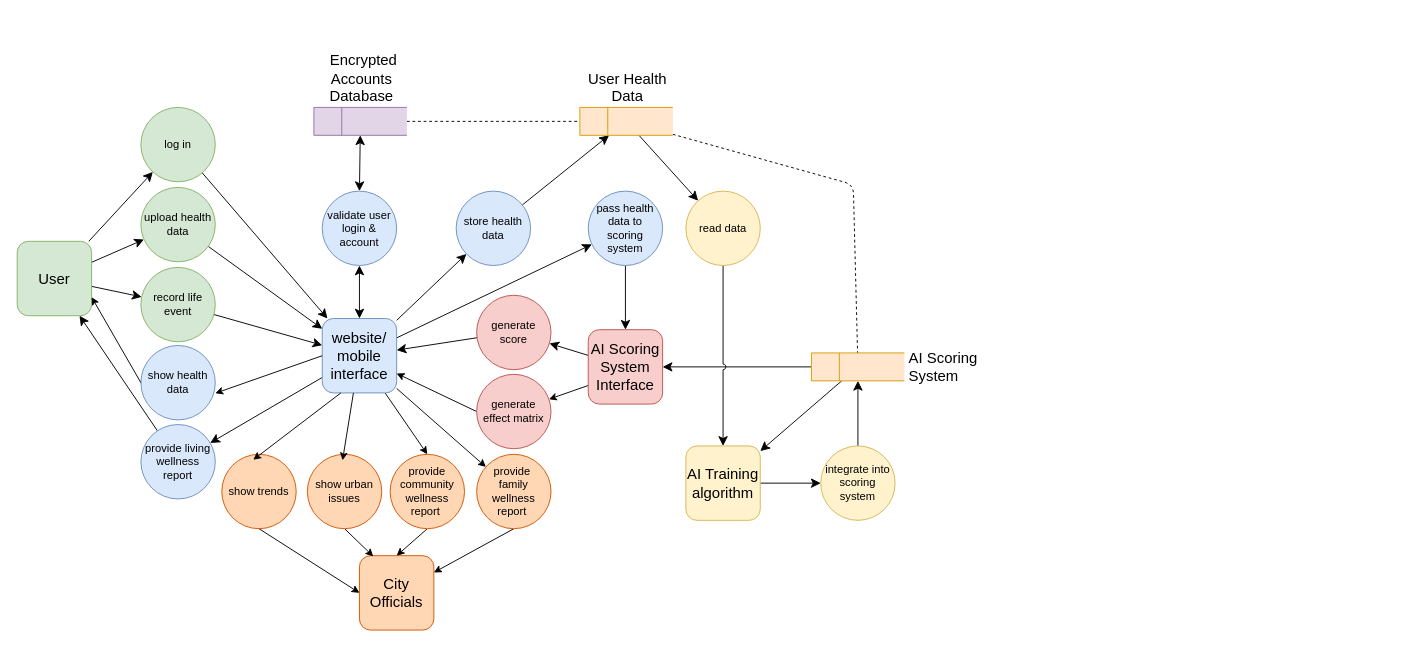
The draw.io diagram page "detailed DFD" (1 of 2) of 1/INFO 5100/Asmts/Group Assignment 1/Deliverables/Data Flow Diagram.drawio in yfeng445/NEU, before the edit. Source tidied: cells renumbered, new cells numbered last; positions are measured from the earlier drawing's top-left corner, leaving out a move shared by most shapes. Both pictures are drawn from the tidied source at 93%, with x=0, y=0 at pixel (17, 107).
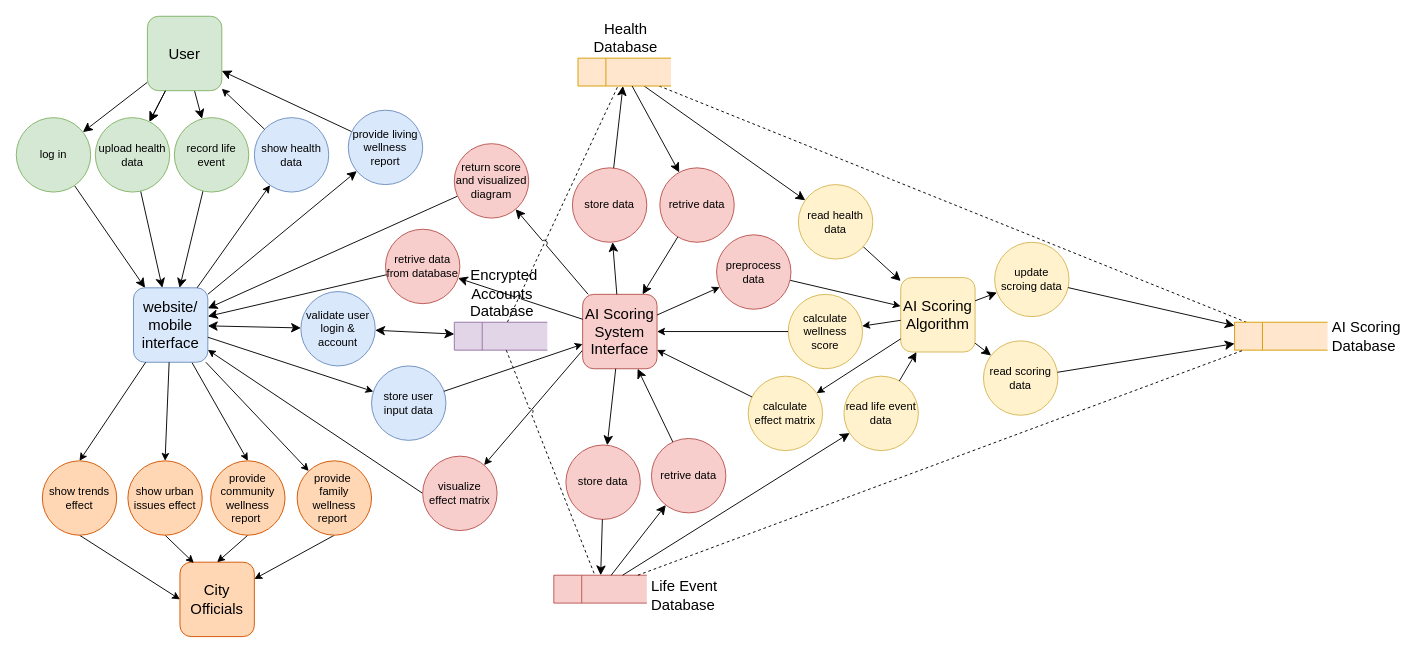
After the change.

The edit, as a diff of the source:
```diff
@@
-    <mxCell id="3" style="edgeStyle=none;rounded=1;jettySize=auto;html=1;fontSize=12;startSize=8;endSize=8;endArrow=none;endFill=0;dashed=1;jumpStyle=arc;" parent="1" edge="1" source="34" target="38">
-      <mxGeometry relative="1" as="geometry">
-        <Array as="points">
-          <mxPoint x="899" y="83" />
-        </Array>
-      </mxGeometry>
+    <mxCell id="3" style="rounded=1;jettySize=auto;html=1;fontSize=12;startSize=8;endSize=8;endArrow=none;endFill=0;dashed=1;jumpStyle=arc;" parent="1" edge="1" source="34" target="38">
+      <mxGeometry relative="1" as="geometry" />
     </mxCell>
@@
     <mxCell id="7" value="User" style="whiteSpace=wrap;html=1;fontSize=16;rounded=1;fillColor=#d5e8d4;strokeColor=#82b366;" parent="1" vertex="1">
-      <mxGeometry y="144" width="80" height="80" as="geometry" />
+      <mxGeometry x="140" y="-98" width="80" height="80" as="geometry" />
     </mxCell>
@@
-    <mxCell id="9" value="upload health data" style="ellipse;whiteSpace=wrap;html=1;fontSize=12;fillColor=#d5e8d4;strokeColor=#82b366;" parent="1" vertex="1">
-      <mxGeometry x="133" y="86" width="80" height="80" as="geometry" />
-    </mxCell>
@@
-    <mxCell id="11" style="edgeStyle=none;rounded=0;jettySize=auto;html=1;fontSize=12;startSize=8;endSize=8;noJump=0;jumpStyle=arc;" parent="1" edge="1" source="38" target="13">
-      <mxGeometry relative="1" as="geometry" />
-    </mxCell>
@@
     <mxCell id="13" value="AI Scoring System Interface" style="whiteSpace=wrap;html=1;fontSize=16;rounded=1;fillColor=#f8cecc;strokeColor=#b85450;" parent="1" vertex="1">
-      <mxGeometry x="614" y="239" width="80" height="80" as="geometry" />
+      <mxGeometry x="608" y="201" width="80" height="80" as="geometry" />
     </mxCell>
@@
-    <mxCell id="15" value="generate score" style="ellipse;whiteSpace=wrap;html=1;fontSize=12;fillColor=#f8cecc;strokeColor=#b85450;" parent="1" vertex="1">
-      <mxGeometry x="494" y="202" width="80" height="80" as="geometry" />
+    <mxCell id="15" value="return score and visualized diagram" style="ellipse;whiteSpace=wrap;html=1;fontSize=12;fillColor=#f8cecc;strokeColor=#b85450;" parent="1" vertex="1">
+      <mxGeometry x="470" y="39" width="80" height="80" as="geometry" />
     </mxCell>
@@
     <mxCell id="17" value="provide living wellness report" style="ellipse;whiteSpace=wrap;html=1;fontSize=12;fillColor=#dae8fc;strokeColor=#6c8ebf;" parent="1" vertex="1">
-      <mxGeometry x="133" y="341" width="80" height="80" as="geometry" />
+      <mxGeometry x="356" y="3" width="80" height="80" as="geometry" />
     </mxCell>
@@
     <mxCell id="19" value="record life event" style="ellipse;whiteSpace=wrap;html=1;fontSize=12;fillColor=#d5e8d4;strokeColor=#82b366;" parent="1" vertex="1">
-      <mxGeometry x="133" y="172" width="80" height="80" as="geometry" />
+      <mxGeometry x="169" y="11" width="80" height="80" as="geometry" />
     </mxCell>
@@
-    <mxCell id="21" style="edgeStyle=none;rounded=0;jettySize=auto;html=1;fontSize=12;startSize=8;endSize=8;jumpStyle=arc;" parent="1" edge="1" source="26" target="28">
-      <mxGeometry relative="1" as="geometry" />
-    </mxCell>
-    <mxCell id="22" style="edgeStyle=none;rounded=0;jettySize=auto;html=1;fontSize=12;startSize=8;endSize=8;jumpStyle=arc;" parent="1" edge="1" source="26" target="43">
-      <mxGeometry relative="1" as="geometry" />
-    </mxCell>
@@
     <mxCell id="26" value="website/&lt;div&gt;mobile interface&lt;/div&gt;" style="whiteSpace=wrap;html=1;fontSize=16;rounded=1;fillColor=#dae8fc;strokeColor=#6c8ebf;" parent="1" vertex="1">
-      <mxGeometry x="328" y="227" width="80" height="80" as="geometry" />
+      <mxGeometry x="125" y="194" width="80" height="80" as="geometry" />
     </mxCell>
-    <mxCell id="27" style="edgeStyle=none;rounded=0;jettySize=auto;html=1;fontSize=12;startSize=8;endSize=8;jumpStyle=arc;" parent="1" edge="1" source="28" target="34">
-      <mxGeometry relative="1" as="geometry" />
-    </mxCell>
-    <mxCell id="28" value="store health data" style="ellipse;whiteSpace=wrap;html=1;fontSize=12;fillColor=#dae8fc;strokeColor=#6c8ebf;" parent="1" vertex="1">
-      <mxGeometry x="472" y="90" width="80" height="80" as="geometry" />
-    </mxCell>
-    <mxCell id="29" style="edgeStyle=none;rounded=0;jettySize=auto;html=1;fontSize=12;startSize=8;endSize=8;jumpStyle=arc;" parent="1" edge="1" source="30" target="32">
-      <mxGeometry relative="1" as="geometry" />
-    </mxCell>
-    <mxCell id="30" value="AI Training algorithm" style="whiteSpace=wrap;html=1;fontSize=16;rounded=1;fillColor=#fff2cc;strokeColor=#d6b656;" parent="1" vertex="1">
-      <mxGeometry x="719" y="364" width="80" height="80" as="geometry" />
+    <mxCell id="30" value="AI Scoring Algorithm" style="whiteSpace=wrap;html=1;fontSize=16;rounded=1;fillColor=#fff2cc;strokeColor=#d6b656;" parent="1" vertex="1">
+      <mxGeometry x="950" y="183" width="80" height="80" as="geometry" />
     </mxCell>
-    <mxCell id="31" style="edgeStyle=none;rounded=0;jettySize=auto;html=1;fontSize=12;startSize=8;endSize=8;jumpStyle=arc;" parent="1" edge="1" source="32" target="38">
-      <mxGeometry relative="1" as="geometry" />
-    </mxCell>
-    <mxCell id="32" value="integrate into scoring system" style="ellipse;whiteSpace=wrap;html=1;fontSize=12;fillColor=#fff2cc;strokeColor=#d6b656;" parent="1" vertex="1">
-      <mxGeometry x="864" y="364" width="80" height="80" as="geometry" />
-    </mxCell>
@@
-    <mxCell id="34" value="User Health Data" style="html=1;dashed=0;whiteSpace=wrap;shape=mxgraph.dfd.dataStoreID;align=center;spacingLeft=3;points=[[0,0],[0.5,0],[1,0],[0,0.5],[1,0.5],[0,1],[0.5,1],[1,1]];fontSize=16;labelPosition=center;verticalLabelPosition=top;verticalAlign=bottom;fillColor=#ffe6cc;strokeColor=#d79b00;" parent="1" vertex="1">
-      <mxGeometry x="605" width="100" height="30" as="geometry" />
+    <mxCell id="34" value="Health Database" style="html=1;dashed=0;whiteSpace=wrap;shape=mxgraph.dfd.dataStoreID;align=center;spacingLeft=3;points=[[0,0],[0.5,0],[1,0],[0,0.5],[1,0.5],[0,1],[0.5,1],[1,1]];fontSize=16;labelPosition=center;verticalLabelPosition=top;verticalAlign=bottom;fillColor=#ffe6cc;strokeColor=#d79b00;" parent="1" vertex="1">
+      <mxGeometry x="603" y="-53" width="100" height="30" as="geometry" />
     </mxCell>
@@
     <mxCell id="36" value="log in" style="ellipse;whiteSpace=wrap;html=1;fontSize=12;fillColor=#d5e8d4;strokeColor=#82b366;" parent="1" vertex="1">
-      <mxGeometry x="133" width="80" height="80" as="geometry" />
+      <mxGeometry x="-1" y="11" width="80" height="80" as="geometry" />
     </mxCell>
-    <mxCell id="37" style="edgeStyle=none;rounded=0;jettySize=auto;html=1;fontSize=12;startSize=8;endSize=8;jumpStyle=arc;" parent="1" edge="1" source="38" target="30">
-      <mxGeometry relative="1" as="geometry" />
-    </mxCell>
-    <mxCell id="38" value="AI Scoring&lt;div&gt;System&lt;/div&gt;" style="html=1;dashed=0;whiteSpace=wrap;shape=mxgraph.dfd.dataStoreID;align=left;spacingLeft=3;points=[[0,0],[0.5,0],[1,0],[0,0.5],[1,0.5],[0,1],[0.5,1],[1,1]];fontSize=16;labelPosition=right;verticalLabelPosition=middle;verticalAlign=middle;fillColor=#ffe6cc;strokeColor=#d79b00;" parent="1" vertex="1">
-      <mxGeometry x="854" y="264" width="100" height="30" as="geometry" />
+    <mxCell id="38" value="AI Scoring&lt;div&gt;Database&lt;/div&gt;" style="html=1;dashed=0;whiteSpace=wrap;shape=mxgraph.dfd.dataStoreID;align=left;spacingLeft=3;points=[[0,0],[0.5,0],[1,0],[0,0.5],[1,0.5],[0,1],[0.5,1],[1,1]];fontSize=16;labelPosition=right;verticalLabelPosition=middle;verticalAlign=middle;fillColor=#ffe6cc;strokeColor=#d79b00;" parent="1" vertex="1">
+      <mxGeometry x="1309" y="231" width="100" height="30" as="geometry" />
     </mxCell>
     <mxCell id="39" value="&amp;nbsp;Encrypted&lt;div&gt;Accounts Database&lt;/div&gt;" style="html=1;dashed=0;whiteSpace=wrap;shape=mxgraph.dfd.dataStoreID;align=center;spacingLeft=3;points=[[0,0],[0.5,0],[1,0],[0,0.5],[1,0.5],[0,1],[0.5,1],[1,1]];fontSize=16;labelPosition=center;verticalLabelPosition=top;verticalAlign=bottom;fillColor=#e1d5e7;strokeColor=#9673a6;" parent="1" vertex="1">
-      <mxGeometry x="319" width="100" height="30" as="geometry" />
+      <mxGeometry x="470" y="231" width="100" height="30" as="geometry" />
     </mxCell>
@@
     <mxCell id="41" value="validate user login &amp;amp; account" style="ellipse;whiteSpace=wrap;html=1;fontSize=12;fillColor=#dae8fc;strokeColor=#6c8ebf;" parent="1" vertex="1">
-      <mxGeometry x="328" y="90" width="80" height="80" as="geometry" />
+      <mxGeometry x="305" y="198" width="80" height="80" as="geometry" />
     </mxCell>
-    <mxCell id="42" style="edgeStyle=none;rounded=0;jettySize=auto;html=1;fontSize=12;startSize=8;endSize=8;jumpStyle=arc;" parent="1" edge="1" source="43" target="13">
-      <mxGeometry relative="1" as="geometry" />
-    </mxCell>
-    <mxCell id="43" value="pass health data to scoring system" style="ellipse;whiteSpace=wrap;html=1;fontSize=12;fillColor=#dae8fc;strokeColor=#6c8ebf;" parent="1" vertex="1">
-      <mxGeometry x="614" y="90" width="80" height="80" as="geometry" />
-    </mxCell>
@@
-    <mxCell id="45" value="read data" style="ellipse;whiteSpace=wrap;html=1;fontSize=12;fillColor=#fff2cc;strokeColor=#d6b656;" parent="1" vertex="1">
-      <mxGeometry x="719" y="90" width="80" height="80" as="geometry" />
+    <mxCell id="45" value="read health data" style="ellipse;whiteSpace=wrap;html=1;fontSize=12;fillColor=#fff2cc;strokeColor=#d6b656;" parent="1" vertex="1">
+      <mxGeometry x="840" y="83" width="80" height="80" as="geometry" />
     </mxCell>
     <mxCell id="46" value="City Officials" style="whiteSpace=wrap;html=1;fontSize=16;rounded=1;fillColor=#ffd7b5;strokeColor=#d35400;" parent="1" vertex="1">
-      <mxGeometry x="368" y="482" width="80" height="80" as="geometry" />
+      <mxGeometry x="175" y="489" width="80" height="80" as="geometry" />
     </mxCell>
@@
     <mxCell id="48" value="provide community wellness report&amp;nbsp;" style="ellipse;whiteSpace=wrap;html=1;fontSize=12;fillColor=#ffd7b5;strokeColor=#d35400;" parent="1" vertex="1">
-      <mxGeometry x="401" y="373" width="80" height="80" as="geometry" />
+      <mxGeometry x="208" y="380" width="80" height="80" as="geometry" />
     </mxCell>
@@
-    <mxCell id="50" value="show urban issues" style="ellipse;whiteSpace=wrap;html=1;fontSize=12;fillColor=#ffd7b5;strokeColor=#d35400;" parent="1" vertex="1">
-      <mxGeometry x="312" y="373" width="80" height="80" as="geometry" />
+    <mxCell id="50" value="show urban issues effect" style="ellipse;whiteSpace=wrap;html=1;fontSize=12;fillColor=#ffd7b5;strokeColor=#d35400;" parent="1" vertex="1">
+      <mxGeometry x="119" y="380" width="80" height="80" as="geometry" />
     </mxCell>
@@
-    <mxCell id="52" value="show trends" style="ellipse;whiteSpace=wrap;html=1;fontSize=12;fillColor=#ffd7b5;strokeColor=#d35400;" parent="1" vertex="1">
-      <mxGeometry x="220" y="373" width="80" height="80" as="geometry" />
+    <mxCell id="52" value="show trends effect" style="ellipse;whiteSpace=wrap;html=1;fontSize=12;fillColor=#ffd7b5;strokeColor=#d35400;" parent="1" vertex="1">
+      <mxGeometry x="27" y="380" width="80" height="80" as="geometry" />
     </mxCell>
-    <mxCell id="53" style="rounded=0;jettySize=auto;html=1;exitX=0.25;exitY=1;exitDx=0;exitDy=0;entryX=0.423;entryY=0.073;entryDx=0;entryDy=0;entryPerimeter=0;" parent="1" edge="1" source="26" target="52">
+    <mxCell id="53" style="rounded=0;jettySize=auto;html=1;entryX=0.5;entryY=0;entryDx=0;entryDy=0;" parent="1" edge="1" source="26" target="52">
       <mxGeometry relative="1" as="geometry" />
     </mxCell>
-    <mxCell id="54" style="rounded=0;jettySize=auto;html=1;entryX=0.473;entryY=0.081;entryDx=0;entryDy=0;entryPerimeter=0;" parent="1" edge="1" source="26" target="50">
+    <mxCell id="54" style="rounded=0;jettySize=auto;html=1;entryX=0.5;entryY=0;entryDx=0;entryDy=0;" parent="1" edge="1" source="26" target="50">
       <mxGeometry relative="1" as="geometry" />
     </mxCell>
     <mxCell id="55" value="show health data" style="ellipse;whiteSpace=wrap;html=1;fontSize=12;fillColor=#dae8fc;strokeColor=#6c8ebf;" parent="1" vertex="1">
-      <mxGeometry x="133" y="256" width="80" height="80" as="geometry" />
+      <mxGeometry x="255" y="11" width="80" height="80" as="geometry" />
     </mxCell>
-    <mxCell id="56" style="rounded=0;jettySize=auto;html=1;exitX=0;exitY=0.5;exitDx=0;exitDy=0;entryX=1;entryY=0.642;entryDx=0;entryDy=0;entryPerimeter=0;" parent="1" edge="1" source="26" target="55">
+    <mxCell id="56" style="rounded=0;jettySize=auto;html=1;" parent="1" edge="1" source="26" target="55">
       <mxGeometry relative="1" as="geometry" />
     </mxCell>
-    <mxCell id="57" style="rounded=0;jettySize=auto;html=1;exitX=0;exitY=0.5;exitDx=0;exitDy=0;entryX=1;entryY=0.75;entryDx=0;entryDy=0;" parent="1" edge="1" source="55" target="7">
+    <mxCell id="57" style="rounded=0;jettySize=auto;html=1;" parent="1" edge="1" source="55" target="7">
       <mxGeometry relative="1" as="geometry" />
     </mxCell>
@@
     <mxCell id="59" value="provide&amp;nbsp;&lt;div&gt;family wellness report&amp;nbsp;&lt;/div&gt;" style="ellipse;whiteSpace=wrap;html=1;fontSize=12;fillColor=#ffd7b5;strokeColor=#d35400;" parent="1" vertex="1">
-      <mxGeometry x="494" y="373" width="80" height="80" as="geometry" />
+      <mxGeometry x="301" y="380" width="80" height="80" as="geometry" />
     </mxCell>
@@
-    <mxCell id="61" value="generate effect matrix" style="ellipse;whiteSpace=wrap;html=1;fontSize=12;fillColor=#f8cecc;strokeColor=#b85450;" parent="1" vertex="1">
-      <mxGeometry x="494" y="287" width="80" height="80" as="geometry" />
+    <mxCell id="61" value="visualize effect matrix" style="ellipse;whiteSpace=wrap;html=1;fontSize=12;fillColor=#f8cecc;strokeColor=#b85450;" parent="1" vertex="1">
+      <mxGeometry x="436" y="375" width="80" height="80" as="geometry" />
     </mxCell>
+    <mxCell id="62" value="Life Event Database" style="html=1;dashed=0;whiteSpace=wrap;shape=mxgraph.dfd.dataStoreID;align=left;spacingLeft=3;points=[[0,0],[0.5,0],[1,0],[0,0.5],[1,0.5],[0,1],[0.5,1],[1,1]];fontSize=16;labelPosition=right;verticalLabelPosition=middle;verticalAlign=middlefillColor=#f8cecc;fillColor=#f8cecc;strokeColor=#b85450;" parent="1" vertex="1">
+      <mxGeometry x="577" y="503" width="100" height="30" as="geometry" />
+    </mxCell>
+    <mxCell id="63" value="read life event data" style="ellipse;whiteSpace=wrap;html=1;fontSize=12;fillColor=#fff2cc;strokeColor=#d6b656;" parent="1" vertex="1">
+      <mxGeometry x="889" y="289" width="80" height="80" as="geometry" />
+    </mxCell>
+    <mxCell id="64" style="rounded=1;jettySize=auto;html=1;fontSize=12;startSize=8;endSize=8;endArrow=none;endFill=0;dashed=1;jumpStyle=arc;" parent="1" edge="1" source="62" target="38">
+      <mxGeometry relative="1" as="geometry" />
+    </mxCell>
+    <mxCell id="65" style="edgeStyle=none;rounded=1;jettySize=auto;html=1;fontSize=12;startSize=8;endSize=8;endArrow=none;endFill=0;dashed=1;jumpStyle=arc;" parent="1" edge="1" source="39" target="62">
+      <mxGeometry relative="1" as="geometry" />
+    </mxCell>
+    <mxCell id="66" style="rounded=0;jettySize=auto;html=1;" parent="1" edge="1" source="67" target="30">
+      <mxGeometry relative="1" as="geometry" />
+    </mxCell>
+    <mxCell id="67" value="preprocess data" style="ellipse;whiteSpace=wrap;html=1;fontSize=12;fillColor=#f8cecc;strokeColor=#b85450;" parent="1" vertex="1">
+      <mxGeometry x="752" y="137" width="80" height="80" as="geometry" />
+    </mxCell>
+    <mxCell id="68" style="rounded=0;jettySize=auto;html=1;" parent="1" edge="1" source="13" target="67">
+      <mxGeometry relative="1" as="geometry" />
+    </mxCell>
+    <mxCell id="69" style="edgeStyle=none;rounded=0;jettySize=auto;html=1;fontSize=12;startSize=8;endSize=8;jumpStyle=arc;" parent="1" edge="1" source="62" target="63">
+      <mxGeometry relative="1" as="geometry" />
+    </mxCell>
+    <mxCell id="70" style="edgeStyle=none;rounded=0;jettySize=auto;html=1;fontSize=12;startSize=8;endSize=8;jumpStyle=arc;" parent="1" edge="1" source="63" target="30">
+      <mxGeometry relative="1" as="geometry" />
+    </mxCell>
+    <mxCell id="71" value="calculate&lt;div&gt;wellness score&lt;/div&gt;" style="ellipse;whiteSpace=wrap;html=1;fontSize=12;fillColor=#fff2cc;strokeColor=#d6b656;" parent="1" vertex="1">
+      <mxGeometry x="829" y="201" width="80" height="80" as="geometry" />
+    </mxCell>
+    <mxCell id="72" value="calculate effect matrix" style="ellipse;whiteSpace=wrap;html=1;fontSize=12;fillColor=#fff2cc;strokeColor=#d6b656;" parent="1" vertex="1">
+      <mxGeometry x="786" y="289" width="80" height="80" as="geometry" />
+    </mxCell>
+    <mxCell id="73" style="rounded=0;jettySize=auto;html=1;" parent="1" edge="1" source="30" target="72">
+      <mxGeometry relative="1" as="geometry" />
+    </mxCell>
+    <mxCell id="74" style="rounded=0;jettySize=auto;html=1;" parent="1" edge="1" source="30" target="71">
+      <mxGeometry relative="1" as="geometry" />
+    </mxCell>
+    <mxCell id="75" style="edgeStyle=none;rounded=0;jettySize=auto;html=1;fontSize=12;startSize=8;endSize=8;jumpStyle=arc;" parent="1" edge="1" source="91" target="13">
+      <mxGeometry relative="1" as="geometry" />
+    </mxCell>
+    <mxCell id="76" value="retrive data from database" style="ellipse;whiteSpace=wrap;html=1;fontSize=12;fillColor=#f8cecc;strokeColor=#b85450;" parent="1" vertex="1">
+      <mxGeometry x="396" y="131" width="80" height="80" as="geometry" />
+    </mxCell>
+    <mxCell id="77" style="edgeStyle=none;rounded=0;jettySize=auto;html=1;fontSize=12;startSize=8;endSize=8;jumpStyle=arc;" parent="1" edge="1" source="13" target="76">
+      <mxGeometry relative="1" as="geometry" />
+    </mxCell>
+    <mxCell id="78" style="edgeStyle=none;rounded=0;jettySize=auto;html=1;fontSize=12;startSize=8;endSize=8;jumpStyle=arc;" parent="1" edge="1" source="76" target="26">
+      <mxGeometry relative="1" as="geometry" />
+    </mxCell>
+    <mxCell id="79" value="store user input data" style="ellipse;whiteSpace=wrap;html=1;fontSize=12;fillColor=#dae8fc;strokeColor=#6c8ebf;" parent="1" vertex="1">
+      <mxGeometry x="381" y="278" width="80" height="80" as="geometry" />
+    </mxCell>
+    <mxCell id="80" style="rounded=0;jettySize=auto;html=1;" parent="1" edge="1" source="26" target="79">
+      <mxGeometry relative="1" as="geometry" />
+    </mxCell>
+    <mxCell id="81" style="rounded=0;jettySize=auto;html=1;" parent="1" edge="1" source="79" target="13">
+      <mxGeometry relative="1" as="geometry" />
+    </mxCell>
+    <mxCell id="82" value="read scoring data" style="ellipse;whiteSpace=wrap;html=1;fontSize=12;fillColor=#fff2cc;strokeColor=#d6b656;" parent="1" vertex="1">
+      <mxGeometry x="1039" y="251" width="80" height="80" as="geometry" />
+    </mxCell>
+    <mxCell id="83" value="store data" style="ellipse;whiteSpace=wrap;html=1;fontSize=12;fillColor=#f8cecc;strokeColor=#b85450;" parent="1" vertex="1">
+      <mxGeometry x="590" y="363" width="80" height="80" as="geometry" />
+    </mxCell>
+    <mxCell id="84" style="edgeStyle=none;rounded=0;jettySize=auto;html=1;fontSize=12;startSize=8;endSize=8;jumpStyle=arc;" parent="1" edge="1" source="13" target="83">
+      <mxGeometry relative="1" as="geometry" />
+    </mxCell>
+    <mxCell id="85" value="store data" style="ellipse;whiteSpace=wrap;html=1;fontSize=12;fillColor=#f8cecc;strokeColor=#b85450;" parent="1" vertex="1">
+      <mxGeometry x="597" y="65" width="80" height="80" as="geometry" />
+    </mxCell>
+    <mxCell id="86" style="edgeStyle=none;rounded=0;jettySize=auto;html=1;fontSize=12;startSize=8;endSize=8;jumpStyle=arc;" parent="1" edge="1" source="13" target="85">
+      <mxGeometry relative="1" as="geometry" />
+    </mxCell>
+    <mxCell id="87" style="edgeStyle=none;rounded=0;jettySize=auto;html=1;fontSize=12;startSize=8;endSize=8;jumpStyle=arc;" parent="1" edge="1" source="85" target="34">
+      <mxGeometry relative="1" as="geometry" />
+    </mxCell>
+    <mxCell id="88" value="retrive data" style="ellipse;whiteSpace=wrap;html=1;fontSize=12;fillColor=#f8cecc;strokeColor=#b85450;" parent="1" vertex="1">
+      <mxGeometry x="691" y="65" width="80" height="80" as="geometry" />
+    </mxCell>
+    <mxCell id="89" style="edgeStyle=none;rounded=0;jettySize=auto;html=1;fontSize=12;startSize=8;endSize=8;jumpStyle=arc;" parent="1" edge="1" source="88" target="13">
+      <mxGeometry relative="1" as="geometry" />
+    </mxCell>
+    <mxCell id="90" style="edgeStyle=none;rounded=0;jettySize=auto;html=1;fontSize=12;startSize=8;endSize=8;jumpStyle=arc;" parent="1" edge="1" source="34" target="88">
+      <mxGeometry relative="1" as="geometry" />
+    </mxCell>
+    <mxCell id="91" value="retrive data" style="ellipse;whiteSpace=wrap;html=1;fontSize=12;fillColor=#f8cecc;strokeColor=#b85450;" parent="1" vertex="1">
+      <mxGeometry x="682" y="356" width="80" height="80" as="geometry" />
+    </mxCell>
+    <mxCell id="92" style="edgeStyle=none;rounded=0;jettySize=auto;html=1;fontSize=12;startSize=8;endSize=8;jumpStyle=arc;" parent="1" edge="1" source="83" target="62">
+      <mxGeometry relative="1" as="geometry" />
+    </mxCell>
+    <mxCell id="93" style="edgeStyle=none;rounded=0;jettySize=auto;html=1;fontSize=12;startSize=8;endSize=8;jumpStyle=arc;" parent="1" edge="1" source="62" target="91">
+      <mxGeometry relative="1" as="geometry" />
+    </mxCell>
+    <mxCell id="94" style="rounded=0;jettySize=auto;html=1;" parent="1" edge="1" source="72" target="13">
+      <mxGeometry relative="1" as="geometry" />
+    </mxCell>
+    <mxCell id="95" style="rounded=0;jettySize=auto;html=1;" parent="1" edge="1" source="71" target="13">
+      <mxGeometry relative="1" as="geometry" />
+    </mxCell>
+    <mxCell id="96" value="update scroing data" style="ellipse;whiteSpace=wrap;html=1;fontSize=12;fillColor=#fff2cc;strokeColor=#d6b656;" parent="1" vertex="1">
+      <mxGeometry x="1051" y="145" width="80" height="80" as="geometry" />
+    </mxCell>
+    <mxCell id="97" style="edgeStyle=none;rounded=0;jettySize=auto;html=1;fontSize=12;startSize=8;endSize=8;jumpStyle=arc;" parent="1" edge="1" source="30" target="82">
+      <mxGeometry relative="1" as="geometry" />
+    </mxCell>
+    <mxCell id="98" style="edgeStyle=none;rounded=0;jettySize=auto;html=1;fontSize=12;startSize=8;endSize=8;jumpStyle=arc;" parent="1" edge="1" source="82" target="38">
+      <mxGeometry relative="1" as="geometry" />
+    </mxCell>
+    <mxCell id="99" style="edgeStyle=none;rounded=0;jettySize=auto;html=1;fontSize=12;startSize=8;endSize=8;jumpStyle=arc;" parent="1" edge="1" source="96" target="38">
+      <mxGeometry relative="1" as="geometry" />
+    </mxCell>
+    <mxCell id="100" style="edgeStyle=none;rounded=0;jettySize=auto;html=1;fontSize=12;startSize=8;endSize=8;jumpStyle=arc;" parent="1" edge="1" source="30" target="96">
+      <mxGeometry relative="1" as="geometry" />
+    </mxCell>
+    <mxCell id="101" style="edgeStyle=none;rounded=0;jettySize=auto;html=1;fontSize=12;startSize=8;endSize=8;jumpStyle=arc;" parent="1" edge="1" source="7" target="9">
+      <mxGeometry relative="1" as="geometry" />
+    </mxCell>
+    <mxCell id="9" value="upload health data" style="ellipse;whiteSpace=wrap;html=1;fontSize=12;fillColor=#d5e8d4;strokeColor=#82b366;" parent="1" vertex="1">
+      <mxGeometry x="84" y="11" width="80" height="80" as="geometry" />
+    </mxCell>
```
